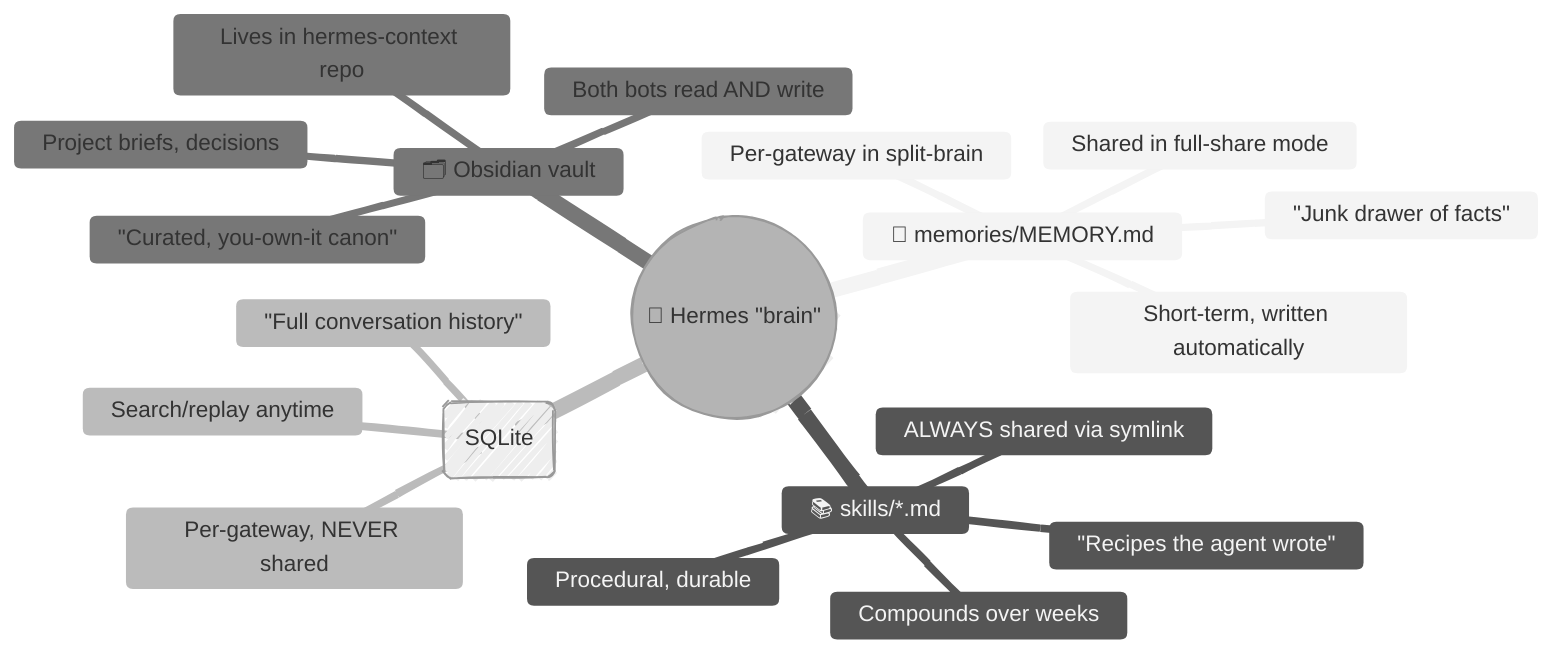
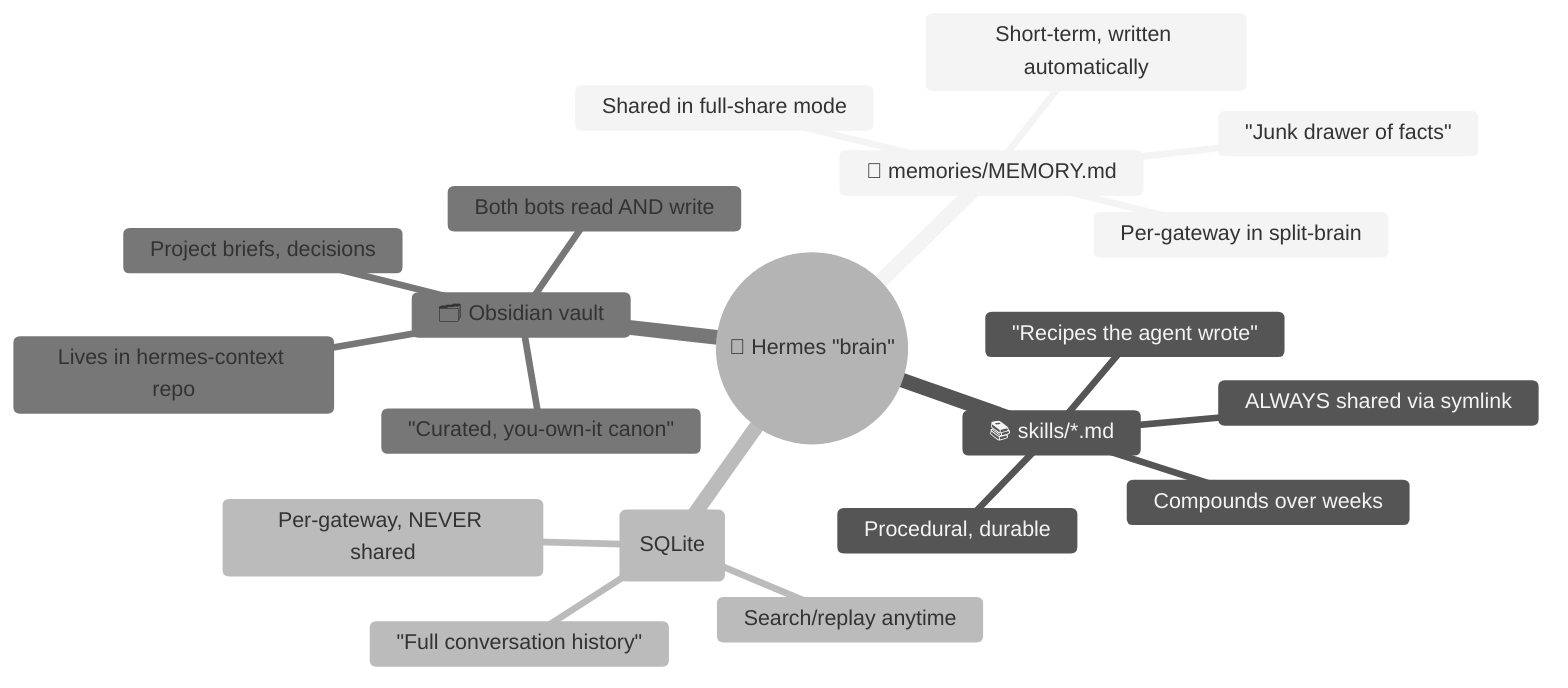
---
config:
-   look: handDrawn
  theme: neutral
---
mindmap
  root((🧠 Hermes "brain"))
    📓 memories/MEMORY.md
      "Junk drawer of facts"
      Short-term, written automatically
      Per-gateway in split-brain
      Shared in full-share mode
    📚 skills/*.md
      "Recipes the agent wrote"
      Procedural, durable
      ALWAYS shared via symlink
      Compounds over weeks
    💬 sessions/ (SQLite)
      "Full conversation history"
      Per-gateway, NEVER shared
      Search/replay anytime
    🗂 Obsidian vault
      "Curated, you-own-it canon"
      Project briefs, decisions
      Lives in hermes-context repo
      Both bots read AND write
